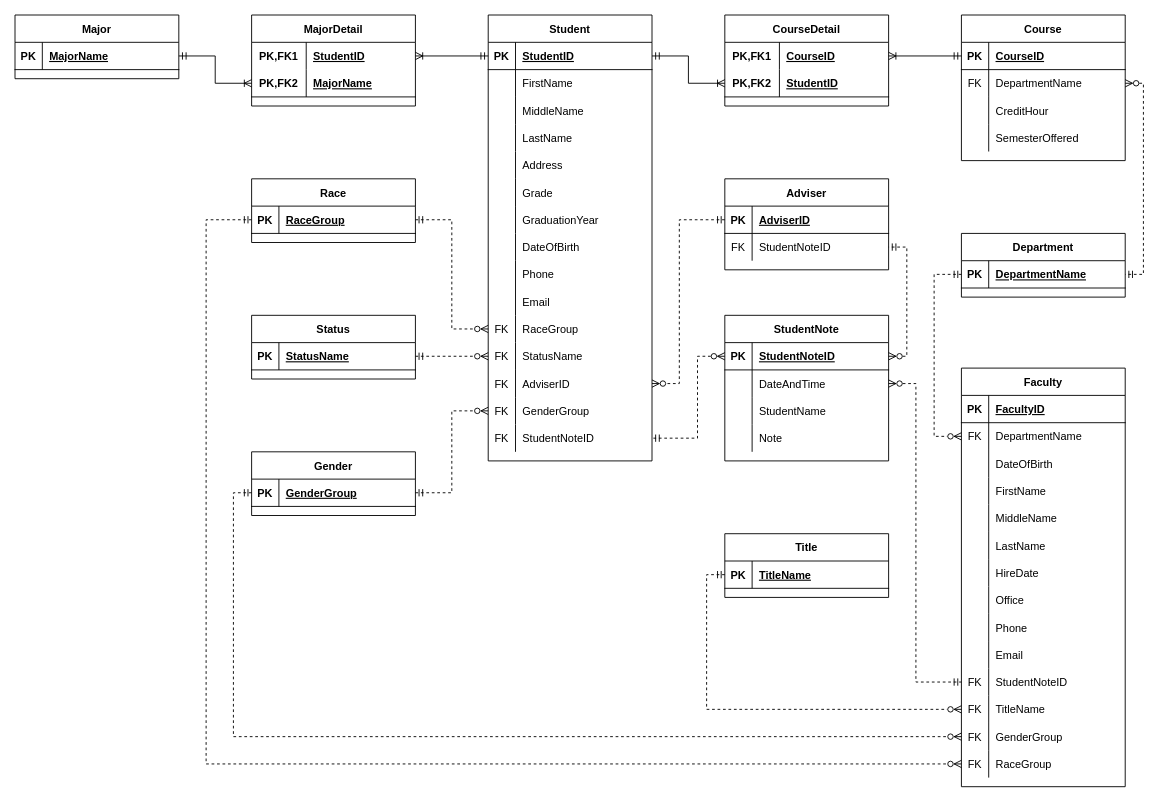
JerryJi002/Diagrams keeps this draw.io diagram as National Education Associates ERD.drawio. Above is the earlier version. Source tidied: cells renumbered, new cells numbered last; positions are measured from the earlier drawing's top-left corner, leaving out a move shared by most shapes. Both pictures are drawn from the tidied source at 91%, with x=0, y=0 at pixel (15, 15).
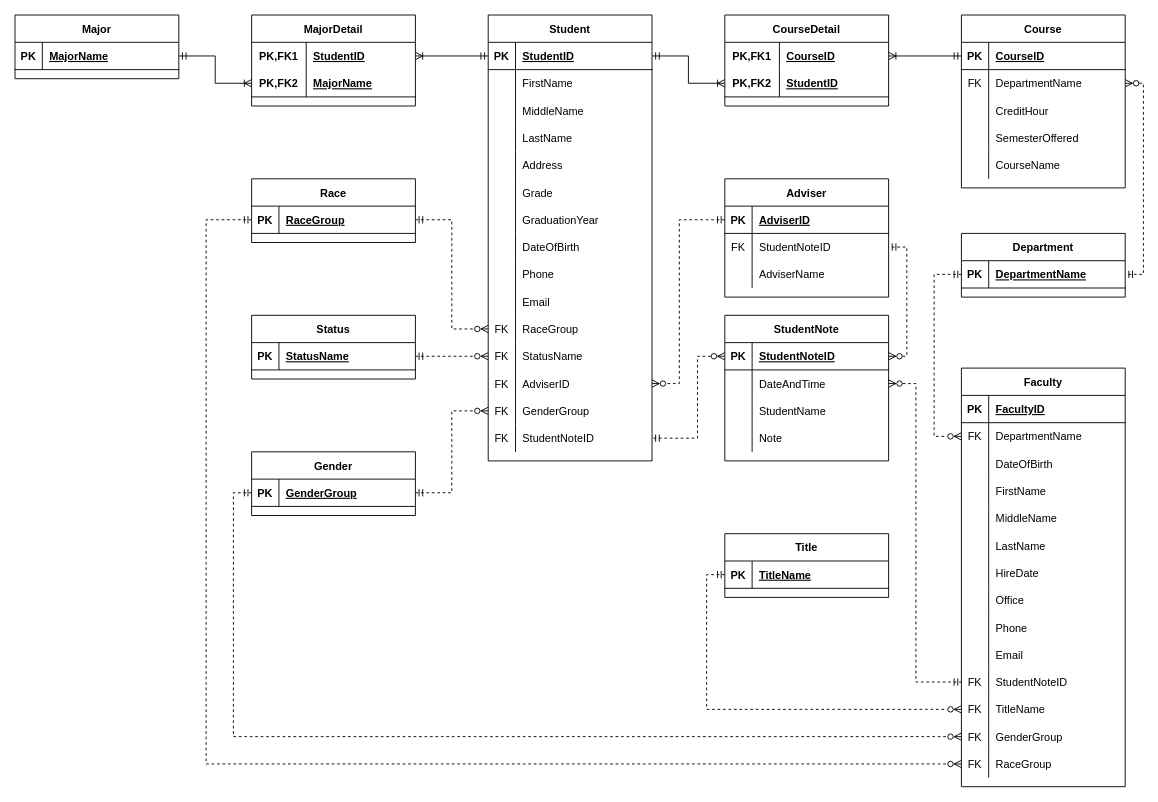
Above is the later version.

Diff of the diagram source:
```diff
@@
     <mxCell id="95" value="Course" style="shape=table;startSize=30;childLayout=tableLayout;rowLines=0;fontStyle=1;align=center;" parent="1" vertex="1">
-      <mxGeometry x="1040" width="180" height="160" as="geometry" />
+      <mxGeometry x="1040" width="180" height="190" as="geometry" />
     </mxCell>
@@
+    <mxCell id="178" style="shape=tableRow;horizontal=0;startSize=0;swimlaneHead=0;swimlaneBody=0;fillColor=none;top=0;left=0;right=0;bottom=0;" parent="95" vertex="1">
+      <mxGeometry y="150" width="180" height="30" as="geometry" />
+    </mxCell>
+    <mxCell id="179" style="shape=partialRectangle;fillColor=none;top=0;left=0;bottom=0;right=0;overflow=hidden;" parent="178" vertex="1">
+      <mxGeometry width="30" height="30" as="geometry" />
+    </mxCell>
+    <mxCell id="180" value="CourseName" style="shape=partialRectangle;fillColor=none;top=0;left=0;bottom=0;right=0;align=left;spacingLeft=6;overflow=hidden;" parent="178" vertex="1">
+      <mxGeometry x="30" width="150" height="30" as="geometry" />
+    </mxCell>
@@
     <mxCell id="167" value="Adviser" style="shape=table;startSize=30;childLayout=tableLayout;rowLines=0;fontStyle=1;align=center;" parent="1" vertex="1">
-      <mxGeometry x="780" y="180" width="180" height="100" as="geometry" />
+      <mxGeometry x="780" y="180" width="180" height="130" as="geometry" />
     </mxCell>
@@
+    <mxCell id="181" style="shape=tableRow;horizontal=0;startSize=0;swimlaneHead=0;swimlaneBody=0;fillColor=none;top=0;left=0;right=0;bottom=0;" parent="167" vertex="1">
+      <mxGeometry y="90" width="180" height="30" as="geometry" />
+    </mxCell>
+    <mxCell id="182" style="shape=partialRectangle;fillColor=none;top=0;left=0;bottom=0;right=0;overflow=hidden;" parent="181" vertex="1">
+      <mxGeometry width="30" height="30" as="geometry" />
+    </mxCell>
+    <mxCell id="183" value="AdviserName" style="shape=partialRectangle;fillColor=none;top=0;left=0;bottom=0;right=0;align=left;spacingLeft=6;overflow=hidden;" parent="181" vertex="1">
+      <mxGeometry x="30" width="150" height="30" as="geometry" />
+    </mxCell>
```
